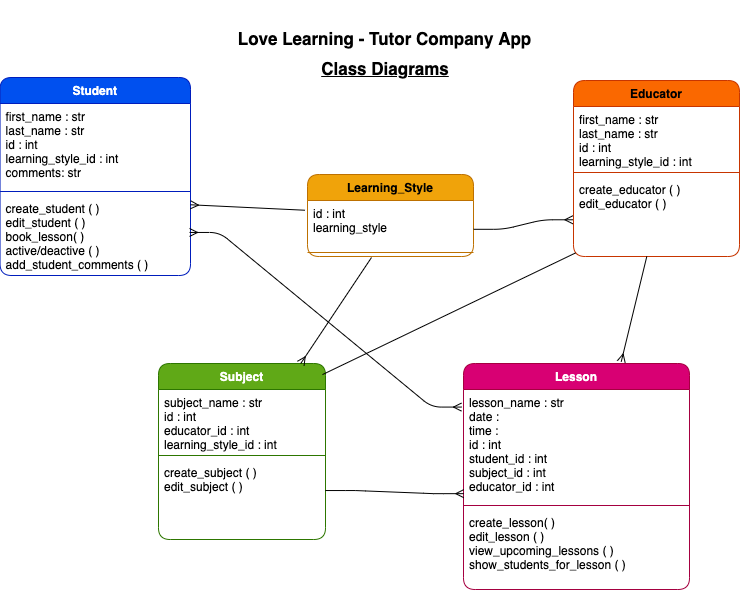
Earlier version of the draw.io export Planning/class_diagram_tutor_company.png (SdcBartram/LoveLearning_Tutor_Company_Project). Source tidied: cells renumbered, new cells last; positions are measured from the earlier drawing's top-left corner, leaving out a move shared by most shapes.
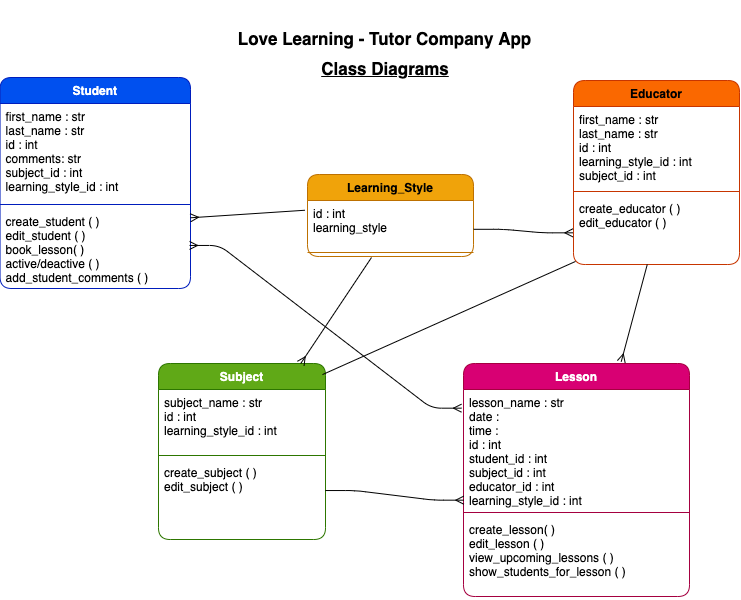
After the change.

Change to the diagram source:
```diff
@@ -3,16 +3,16 @@
     <mxCell id="0" />
     <mxCell id="1" parent="0" />
     <mxCell id="2" value="Student" style="swimlane;fontStyle=1;align=center;verticalAlign=top;horizontal=1;startSize=26;rounded=1;fontColor=#ffffff;fillColor=#0050ef;strokeColor=#001DBC;" parent="1" vertex="1">
-      <mxGeometry x="-0.5" y="77" width="190.4" height="198" as="geometry" />
+      <mxGeometry x="-0.5" y="77" width="190.4" height="211" as="geometry" />
     </mxCell>
-    <mxCell id="3" value="first_name : str&#10;last_name : str&#10;id : int&#10;learning_style_id : int&#10;comments: str&#10;" style="text;strokeColor=none;fillColor=none;align=left;verticalAlign=top;spacingLeft=4;spacingRight=4;overflow=hidden;rounded=1;fontColor=#000000;" parent="2" vertex="1">
-      <mxGeometry y="26" width="190.4" height="84" as="geometry" />
+    <mxCell id="3" value="first_name : str&#10;last_name : str&#10;id : int&#10;comments: str&#10;subject_id : int&#10;learning_style_id : int&#10;&#10;" style="text;strokeColor=none;fillColor=none;align=left;verticalAlign=top;spacingLeft=4;spacingRight=4;overflow=hidden;rounded=1;fontColor=#000000;" parent="2" vertex="1">
+      <mxGeometry y="26" width="190.4" height="97" as="geometry" />
     </mxCell>
     <mxCell id="4" style="line;strokeWidth=1;fillColor=none;align=left;verticalAlign=middle;spacingTop=-1;spacingLeft=3;spacingRight=3;labelPosition=right;strokeColor=inherit;rounded=1;fontColor=#000000;" parent="2" vertex="1">
-      <mxGeometry y="110" width="190.4" height="8" as="geometry" />
+      <mxGeometry y="123" width="190.4" height="8" as="geometry" />
     </mxCell>
     <mxCell id="5" value="create_student ( )&#10;edit_student ( )&#10;book_lesson( )&#10;active/deactive ( )&#10;add_student_comments ( )&#10;" style="text;strokeColor=none;fillColor=none;align=left;verticalAlign=top;spacingLeft=4;spacingRight=4;overflow=hidden;points=[[0,0.5],[1,0.5]];portConstraint=eastwest;rounded=1;fontColor=#000000;" parent="2" vertex="1">
-      <mxGeometry y="118" width="190.4" height="80" as="geometry" />
+      <mxGeometry y="131" width="190.4" height="80" as="geometry" />
     </mxCell>
     <mxCell id="6" value="&lt;p style=&quot;line-height: 160%; font-size: 17px;&quot;&gt;Love Learning - Tutor Company App&lt;/p&gt;" style="text;html=1;strokeColor=none;fillColor=none;align=center;verticalAlign=middle;whiteSpace=wrap;rounded=1;fontStyle=1;fontSize=17;fontColor=#000000;" parent="1" vertex="1">
       <mxGeometry x="231" width="307" height="77" as="geometry" />
@@ -23,7 +23,7 @@
     <mxCell id="8" value="Subject" style="swimlane;fontStyle=1;align=center;verticalAlign=top;horizontal=1;startSize=26;rounded=1;fontColor=#ffffff;fillColor=#60a917;strokeColor=#2D7600;" parent="1" vertex="1">
       <mxGeometry x="158" y="363" width="167" height="176" as="geometry" />
     </mxCell>
-    <mxCell id="9" value="subject_name : str&#10;id : int&#10;educator_id : int&#10;learning_style_id : int" style="text;strokeColor=none;fillColor=none;align=left;verticalAlign=top;spacingLeft=4;spacingRight=4;overflow=hidden;rounded=1;fontColor=#000000;" parent="8" vertex="1">
+    <mxCell id="9" value="subject_name : str&#10;id : int&#10;learning_style_id : int" style="text;strokeColor=none;fillColor=none;align=left;verticalAlign=top;spacingLeft=4;spacingRight=4;overflow=hidden;rounded=1;fontColor=#000000;" parent="8" vertex="1">
       <mxGeometry y="26" width="167" height="62" as="geometry" />
     </mxCell>
     <mxCell id="10" style="line;strokeWidth=1;fillColor=none;align=left;verticalAlign=middle;spacingTop=-1;spacingLeft=3;spacingRight=3;labelPosition=right;strokeColor=inherit;rounded=1;fontColor=#000000;" parent="8" vertex="1">
@@ -33,28 +33,28 @@
       <mxGeometry y="96" width="167" height="80" as="geometry" />
     </mxCell>
     <mxCell id="12" value="Educator" style="swimlane;fontStyle=1;align=center;verticalAlign=top;horizontal=1;startSize=26;rounded=1;fontColor=#000000;fillColor=#fa6800;strokeColor=#C73500;" parent="1" vertex="1">
-      <mxGeometry x="573" y="80" width="166" height="176" as="geometry" />
+      <mxGeometry x="573" y="80" width="166" height="184" as="geometry" />
     </mxCell>
-    <mxCell id="13" value="first_name : str&#10;last_name : str&#10;id : int&#10;learning_style_id : int" style="text;strokeColor=none;fillColor=none;align=left;verticalAlign=top;spacingLeft=4;spacingRight=4;overflow=hidden;rounded=1;fontColor=#000000;" parent="12" vertex="1">
-      <mxGeometry y="26" width="166" height="62" as="geometry" />
+    <mxCell id="13" value="first_name : str&#10;last_name : str&#10;id : int&#10;learning_style_id : int&#10;subject_id : int" style="text;strokeColor=none;fillColor=none;align=left;verticalAlign=top;spacingLeft=4;spacingRight=4;overflow=hidden;rounded=1;fontColor=#000000;" parent="12" vertex="1">
+      <mxGeometry y="26" width="166" height="81" as="geometry" />
     </mxCell>
     <mxCell id="14" style="line;strokeWidth=1;fillColor=none;align=left;verticalAlign=middle;spacingTop=-1;spacingLeft=3;spacingRight=3;labelPosition=right;strokeColor=inherit;rounded=1;fontColor=#000000;" parent="12" vertex="1">
-      <mxGeometry y="88" width="166" height="8" as="geometry" />
+      <mxGeometry y="107" width="166" height="8" as="geometry" />
     </mxCell>
     <mxCell id="15" value="create_educator ( )&#10;edit_educator ( )&#10;" style="text;strokeColor=none;fillColor=none;align=left;verticalAlign=top;spacingLeft=4;spacingRight=4;overflow=hidden;points=[[0,0.5],[1,0.5]];portConstraint=eastwest;rounded=1;fontColor=#000000;" parent="12" vertex="1">
-      <mxGeometry y="96" width="166" height="80" as="geometry" />
+      <mxGeometry y="115" width="166" height="69" as="geometry" />
     </mxCell>
     <mxCell id="16" value="Lesson" style="swimlane;fontStyle=1;align=center;verticalAlign=top;horizontal=1;startSize=26;rounded=1;fontColor=#ffffff;fillColor=#d80073;strokeColor=#A50040;" parent="1" vertex="1">
-      <mxGeometry x="463" y="363" width="226" height="226" as="geometry" />
+      <mxGeometry x="463" y="363" width="226" height="233" as="geometry" />
     </mxCell>
-    <mxCell id="17" value="lesson_name : str&#10;date : &#10;time : &#10;id : int&#10;student_id : int&#10;subject_id : int&#10;educator_id : int" style="text;strokeColor=none;fillColor=none;align=left;verticalAlign=top;spacingLeft=4;spacingRight=4;overflow=hidden;points=[[0,0.5],[1,0.5]];portConstraint=eastwest;rounded=1;fontColor=#000000;" parent="16" vertex="1">
-      <mxGeometry y="26" width="226" height="112" as="geometry" />
+    <mxCell id="17" value="lesson_name : str&#10;date : &#10;time : &#10;id : int&#10;student_id : int&#10;subject_id : int&#10;educator_id : int&#10;learning_style_id : int&#10;" style="text;strokeColor=none;fillColor=none;align=left;verticalAlign=top;spacingLeft=4;spacingRight=4;overflow=hidden;points=[[0,0.5],[1,0.5]];portConstraint=eastwest;rounded=1;fontColor=#000000;" parent="16" vertex="1">
+      <mxGeometry y="26" width="226" height="119" as="geometry" />
     </mxCell>
     <mxCell id="18" style="line;strokeWidth=1;fillColor=none;align=left;verticalAlign=middle;spacingTop=-1;spacingLeft=3;spacingRight=3;labelPosition=right;strokeColor=inherit;rounded=1;fontColor=#000000;" parent="16" vertex="1">
-      <mxGeometry y="138" width="226" height="8" as="geometry" />
+      <mxGeometry y="145" width="226" height="8" as="geometry" />
     </mxCell>
     <mxCell id="19" value="create_lesson( )&#10;edit_lesson ( )&#10;view_upcoming_lessons ( )&#10;show_students_for_lesson ( )&#10;&#10;" style="text;strokeColor=none;fillColor=none;align=left;verticalAlign=top;spacingLeft=4;spacingRight=4;overflow=hidden;rounded=1;fontColor=#000000;" parent="16" vertex="1">
-      <mxGeometry y="146" width="226" height="80" as="geometry" />
+      <mxGeometry y="153" width="226" height="80" as="geometry" />
     </mxCell>
     <mxCell id="20" style="html=1;fontSize=17;endArrow=ERmany;endFill=0;fontColor=#000000;strokeColor=#000000;" parent="1" edge="1" target="8">
       <mxGeometry relative="1" as="geometry">
```
